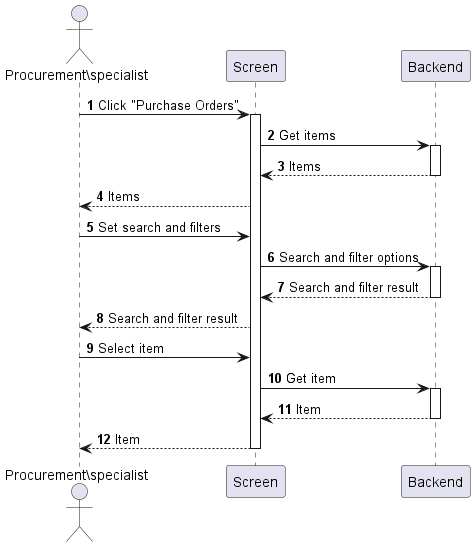
phihungha/scmss-reqs keeps this PlantUML diagram as sequences/purchase-order-view.png. Above is the earlier version.
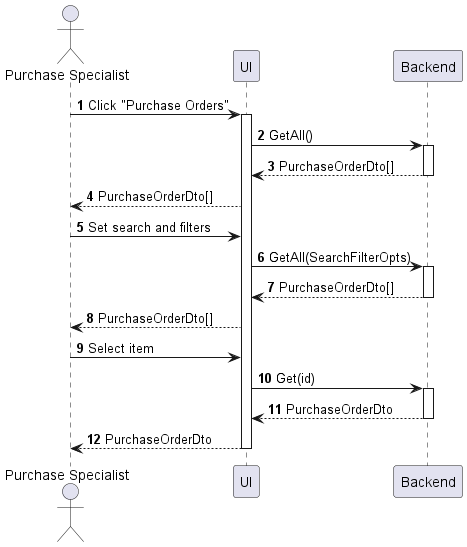
The same diagram one commit later.

The edit, as a diff of the source:
```diff
@@ -1,24 +1,24 @@
 @startuml purchase-order-view
 autonumber
 
-actor "Procurement\specialist" as a
-participant Screen as f
+actor "Purchase Specialist" as a
+participant UI as f
 participant Backend as b
 
 a -> f : Click "Purchase Orders"
 activate f
-f -> b : Get items
+f -> b : GetAll()
 activate b
-return Items
-f --> a : Items
+return PurchaseOrderDto[]
+f --> a : PurchaseOrderDto[]
 a -> f : Set search and filters
-f -> b : Search and filter options
+f -> b : GetAll(SearchFilterOpts)
 activate b
-return Search and filter result
-f --> a : Search and filter result
+return PurchaseOrderDto[]
+f --> a : PurchaseOrderDto[]
 a -> f : Select item
-f -> b : Get item
+f -> b : Get(id)
 activate b
-return Item
-return Item
+return PurchaseOrderDto
+return PurchaseOrderDto
 @enduml
```
